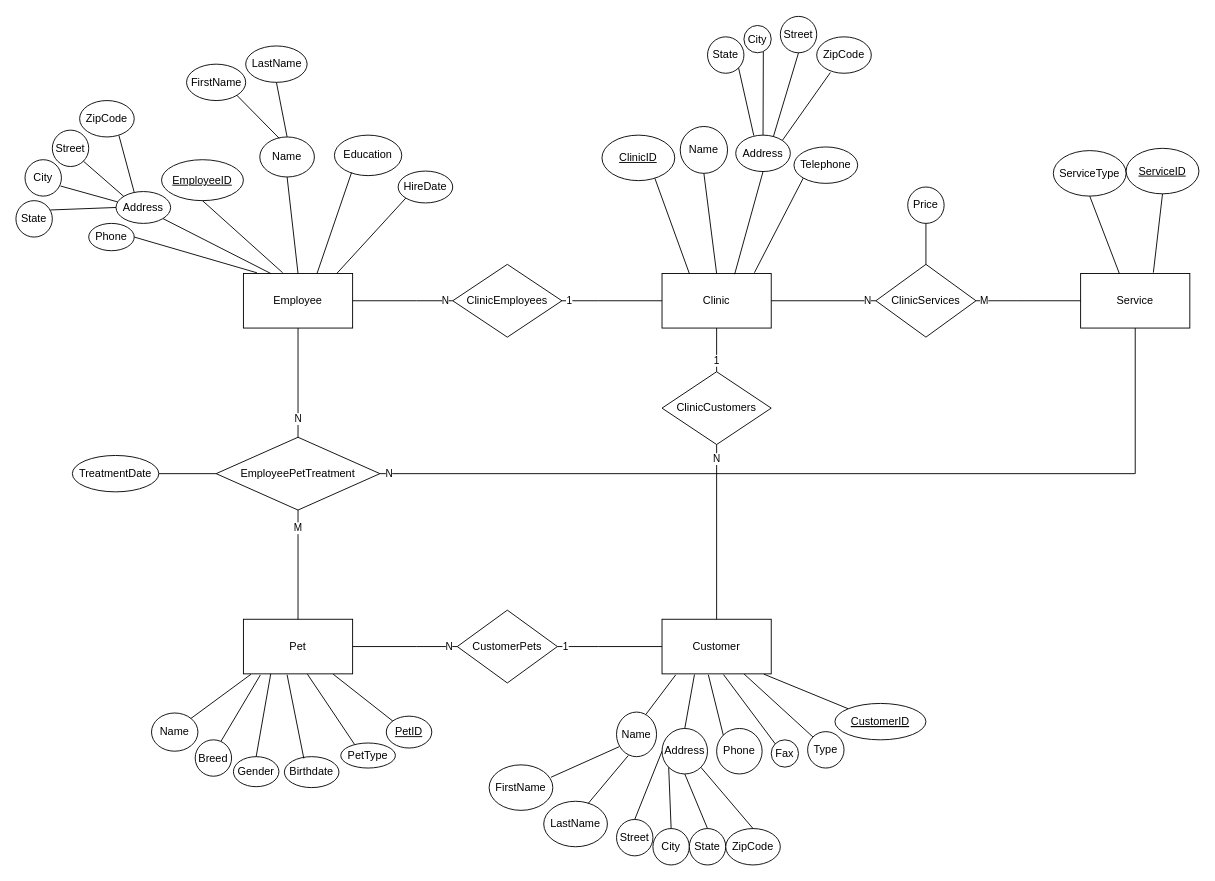
Above: Databas_Labb2.drawio in null15/Database_University (draw.io), before the change. Source tidied: cells renumbered, new cells numbered last; positions are measured from the earlier drawing's top-left corner, leaving out a move shared by most shapes. Both pictures are drawn from the tidied source at 91%, with x=0, y=0 at pixel (15, 16).
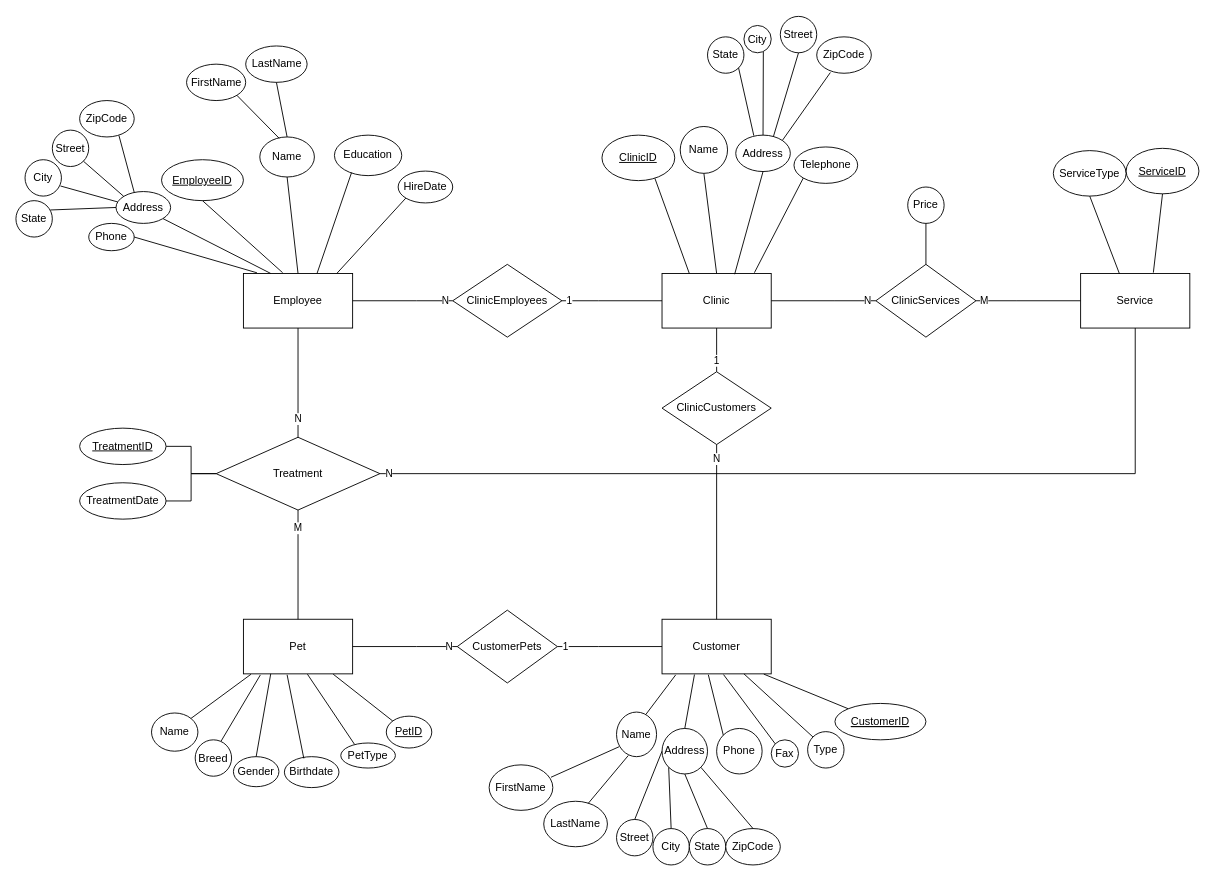
Above is the later version.

The edit, as a diff of the source:
```diff
@@
-    <mxCell id="8" value="EmployeePetTreatment" style="shape=rhombus;perimeter=rhombusPerimeter;whiteSpace=wrap;html=1;align=center;" parent="1" vertex="1">
+    <mxCell id="8" value="Treatment" style="shape=rhombus;perimeter=rhombusPerimeter;whiteSpace=wrap;html=1;align=center;" parent="1" vertex="1">
       <mxGeometry x="220" y="462" width="180" height="80" as="geometry" />
     </mxCell>
@@
     <mxCell id="84" value="TreatmentDate" style="ellipse;whiteSpace=wrap;html=1;" parent="1" vertex="1">
-      <mxGeometry x="62" y="482" width="95" height="40" as="geometry" />
+      <mxGeometry x="70" y="512" width="95" height="40" as="geometry" />
     </mxCell>
@@
+    <mxCell id="107" style="edgeStyle=orthogonalEdgeStyle;rounded=0;jettySize=auto;html=1;exitX=1;exitY=0.5;exitDx=0;exitDy=0;entryX=0;entryY=0.5;entryDx=0;entryDy=0;endArrow=none;endFill=0;" parent="1" edge="1" source="108" target="8">
+      <mxGeometry relative="1" as="geometry" />
+    </mxCell>
+    <mxCell id="108" value="&lt;u&gt;TreatmentID&lt;/u&gt;" style="ellipse;whiteSpace=wrap;html=1;" parent="1" vertex="1">
+      <mxGeometry x="70" y="452" width="95" height="40" as="geometry" />
+    </mxCell>
```
